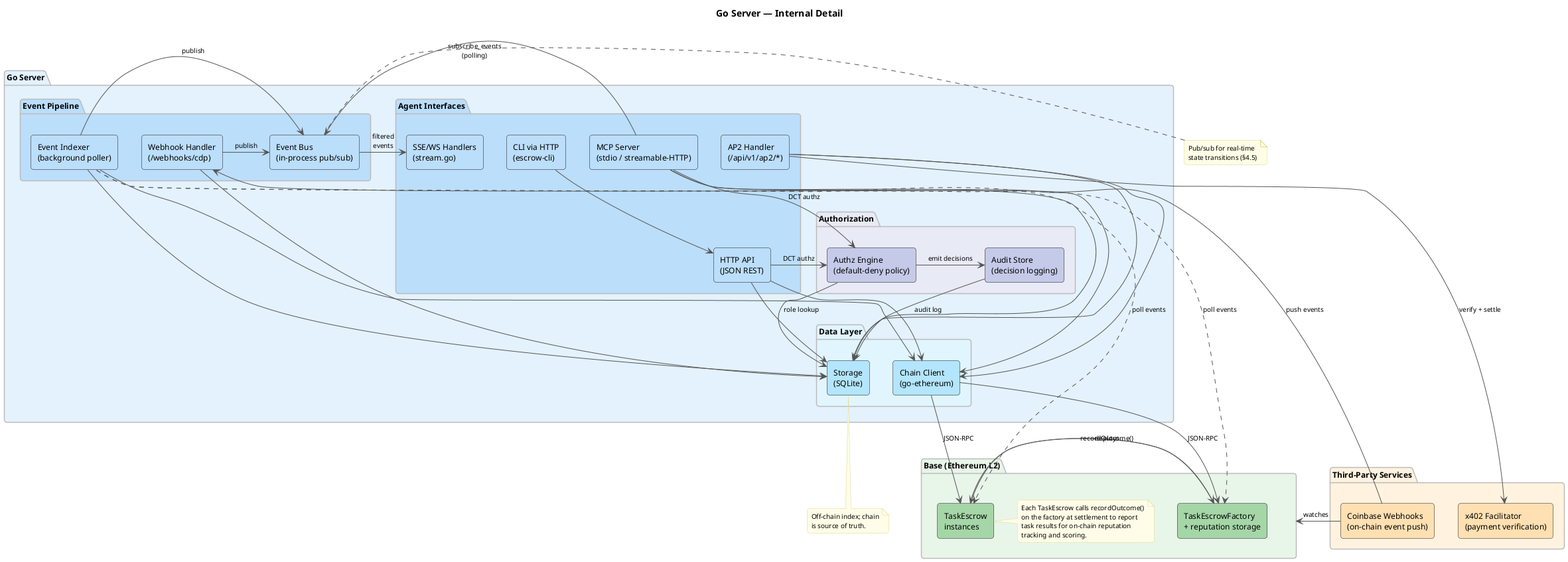
This is docs/diagrams/architecture-detail.png from eddiefleurent/agent-escrow, a PlantUML export, as it was before one commit.
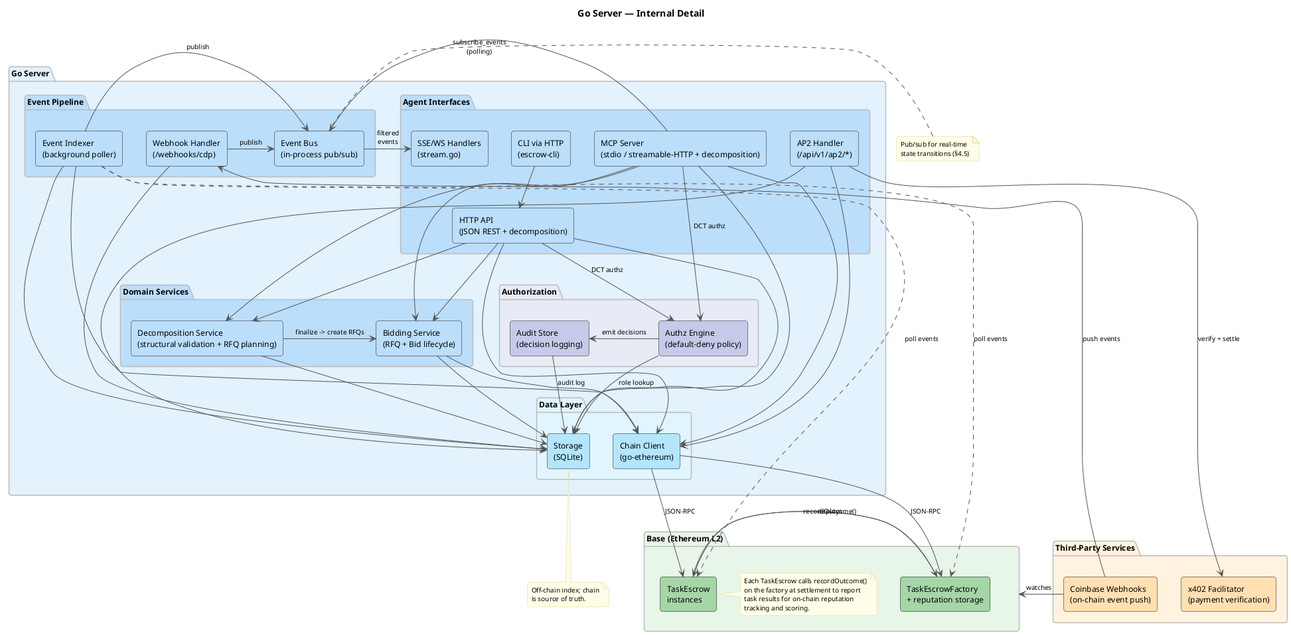
After the commit.

The edit, as a diff of the source:
```diff
@@ -23,11 +23,16 @@
 
 package "Go Server" as server #E3F2FD {
   package "Agent Interfaces" as ifaces #BBDEFB {
-    [HTTP API\n(JSON REST)] as http_api #BBDEFB
-    [MCP Server\n(stdio / streamable-HTTP)] as mcp_server #BBDEFB
+    [HTTP API\n(JSON REST + decomposition)] as http_api #BBDEFB
+    [MCP Server\n(stdio / streamable-HTTP + decomposition)] as mcp_server #BBDEFB
     [CLI via HTTP\n(escrow-cli)] as cli_iface #BBDEFB
     [AP2 Handler\n(/api/v1/ap2/*)] as ap2 #BBDEFB
     [SSE/WS Handlers\n(stream.go)] as stream_handler #BBDEFB
+  }
+
+  package "Domain Services" as services #BBDEFB {
+    [Bidding Service\n(RFQ + Bid lifecycle)] as bidding_service #BBDEFB
+    [Decomposition Service\n(structural validation + RFQ planning)] as decomposition_service #BBDEFB
   }
 
   package "Event Pipeline" as pipeline #BBDEFB {
@@ -47,15 +52,23 @@
   }
 
   cli_iface -down-> http_api
+  mcp_server -down-> bidding_service
+  mcp_server -down-> decomposition_service
   mcp_server -down-> chain_client
   mcp_server -down-> storage
   mcp_server -right-> event_bus : subscribe_events\n(polling)
   mcp_server -down-> authz_engine : DCT authz
+  http_api -down-> bidding_service
+  http_api -down-> decomposition_service
   http_api -down-> chain_client
   http_api -down-> storage
   http_api -down-> authz_engine : DCT authz
   ap2 -down-> chain_client
   ap2 -down-> storage
+  bidding_service -down-> chain_client
+  bidding_service -down-> storage
+  decomposition_service -right-> bidding_service : finalize -> create RFQs
+  decomposition_service -down-> storage
   authz_engine -down-> storage : role lookup
   authz_engine -right-> audit_store : emit decisions
   audit_store -down-> storage : audit log
```
